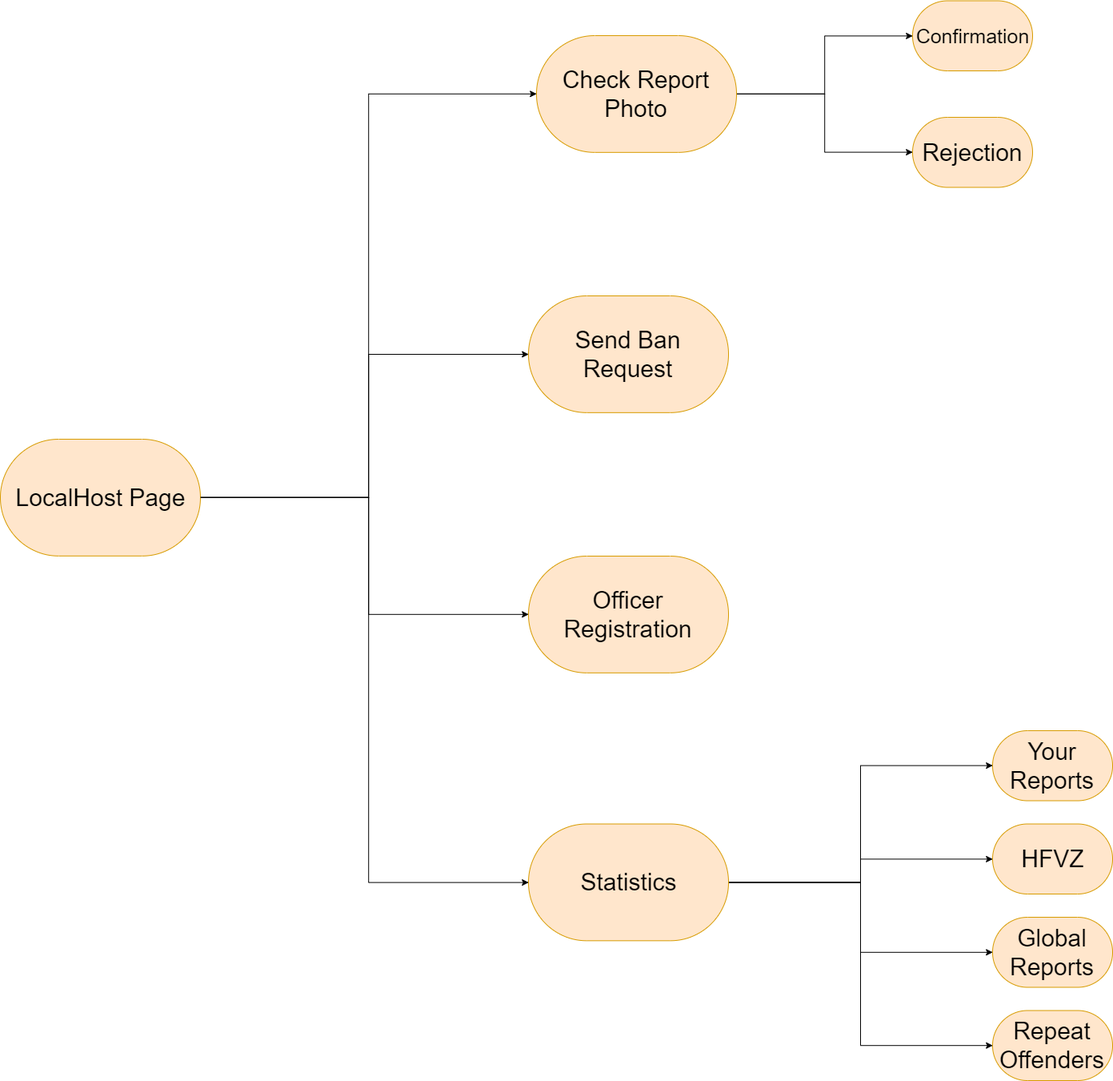
The draw.io diagram DD/images/UX/AuthorityUX.png in marcuz1996/Software-Engineering-Project, before a commit. Source tidied: cells renumbered, new cells last; positions are measured from the earlier drawing's top-left corner, leaving out a move shared by most shapes.
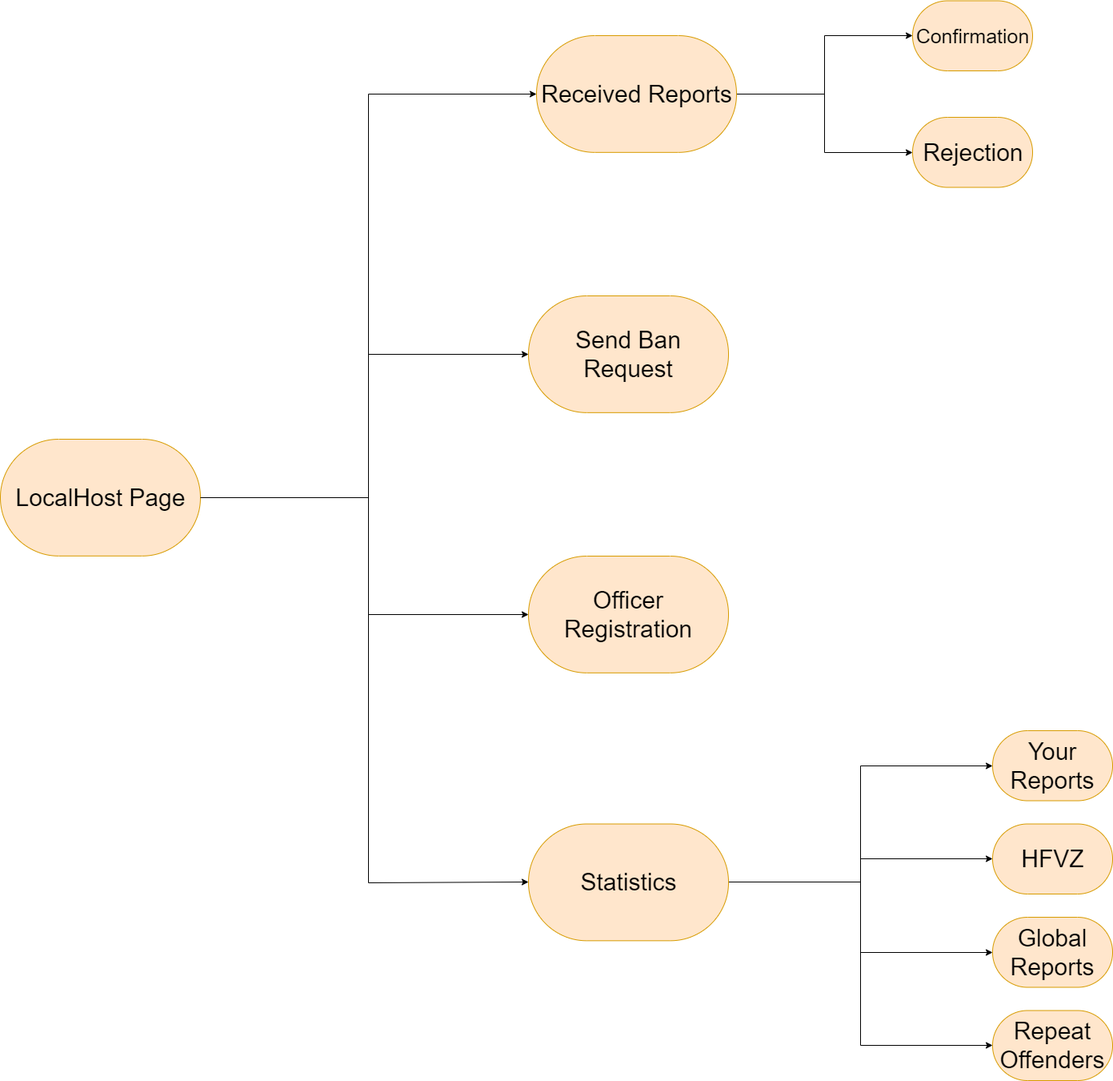
The same diagram one commit later.

The edit, as a diff of the source:
```diff
@@ -73,7 +73,7 @@
     <mxCell id="18" style="edgeStyle=orthogonalEdgeStyle;rounded=0;jettySize=auto;html=1;entryX=0;entryY=0;entryDx=0;entryDy=43.75;entryPerimeter=0;" parent="1" edge="1" source="19" target="21">
       <mxGeometry relative="1" as="geometry" />
     </mxCell>
-    <mxCell id="19" value="&lt;font style=&quot;font-size: 30px&quot;&gt;Check Report Photo&lt;br&gt;&lt;/font&gt;" style="html=1;outlineConnect=0;whiteSpace=wrap;fillColor=#ffe6cc;shape=mxgraph.archimate3.service;strokeColor=#d79b00;" parent="1" vertex="1">
+    <mxCell id="19" value="&lt;font style=&quot;font-size: 30px&quot;&gt;Received Reports&lt;br&gt;&lt;/font&gt;" style="html=1;outlineConnect=0;whiteSpace=wrap;fillColor=#ffe6cc;shape=mxgraph.archimate3.service;strokeColor=#d79b00;" parent="1" vertex="1">
       <mxGeometry x="670" y="44" width="250" height="145.8" as="geometry" />
     </mxCell>
     <mxCell id="20" value="&lt;font&gt;&lt;font style=&quot;font-size: 25px&quot;&gt;Confirmation&lt;/font&gt;&lt;br&gt;&lt;/font&gt;" style="html=1;outlineConnect=0;whiteSpace=wrap;fillColor=#ffe6cc;shape=mxgraph.archimate3.service;strokeColor=#d79b00;" parent="1" vertex="1">
```
